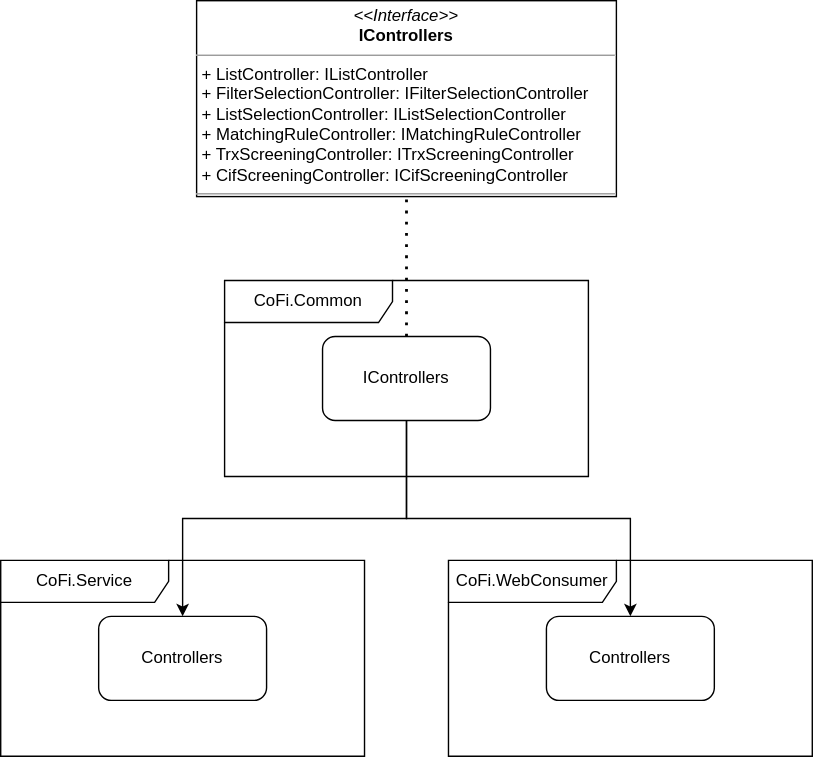
This is Diagrams/AnaSys/CoFi/CoFi.Controller.Dependencies.svg from feifel/notion, a draw.io export, as it was before one commit. Source tidied: cells renumbered, new cells last; positions are measured from the earlier drawing's top-left corner, leaving out a move shared by most shapes.
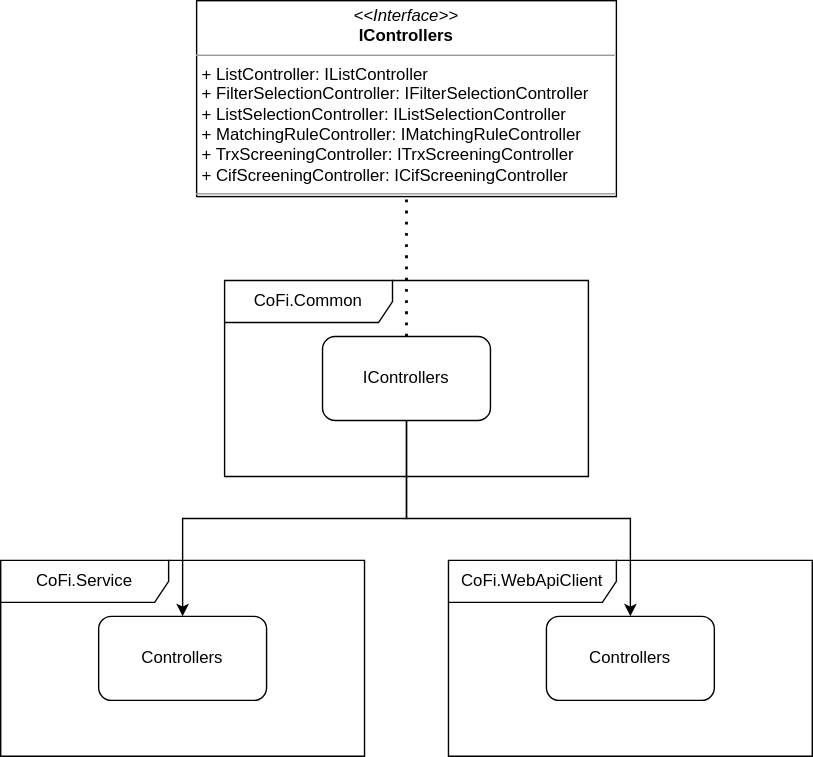
After the commit.

What changed in the source:
```diff
@@ -5,7 +5,7 @@
     <mxCell id="2" value="CoFi.Common" style="shape=umlFrame;whiteSpace=wrap;html=1;width=120;height=30;" parent="1" vertex="1">
       <mxGeometry x="160" y="200" width="260" height="140" as="geometry" />
     </mxCell>
-    <mxCell id="3" value="CoFi.WebConsumer" style="shape=umlFrame;whiteSpace=wrap;html=1;width=120;height=30;" parent="1" vertex="1">
+    <mxCell id="3" value="CoFi.WebApiClient" style="shape=umlFrame;whiteSpace=wrap;html=1;width=120;height=30;" parent="1" vertex="1">
       <mxGeometry x="320" y="400" width="260" height="140" as="geometry" />
     </mxCell>
     <mxCell id="4" value="CoFi.Service" style="shape=umlFrame;whiteSpace=wrap;html=1;width=120;height=30;" parent="1" vertex="1">
```
